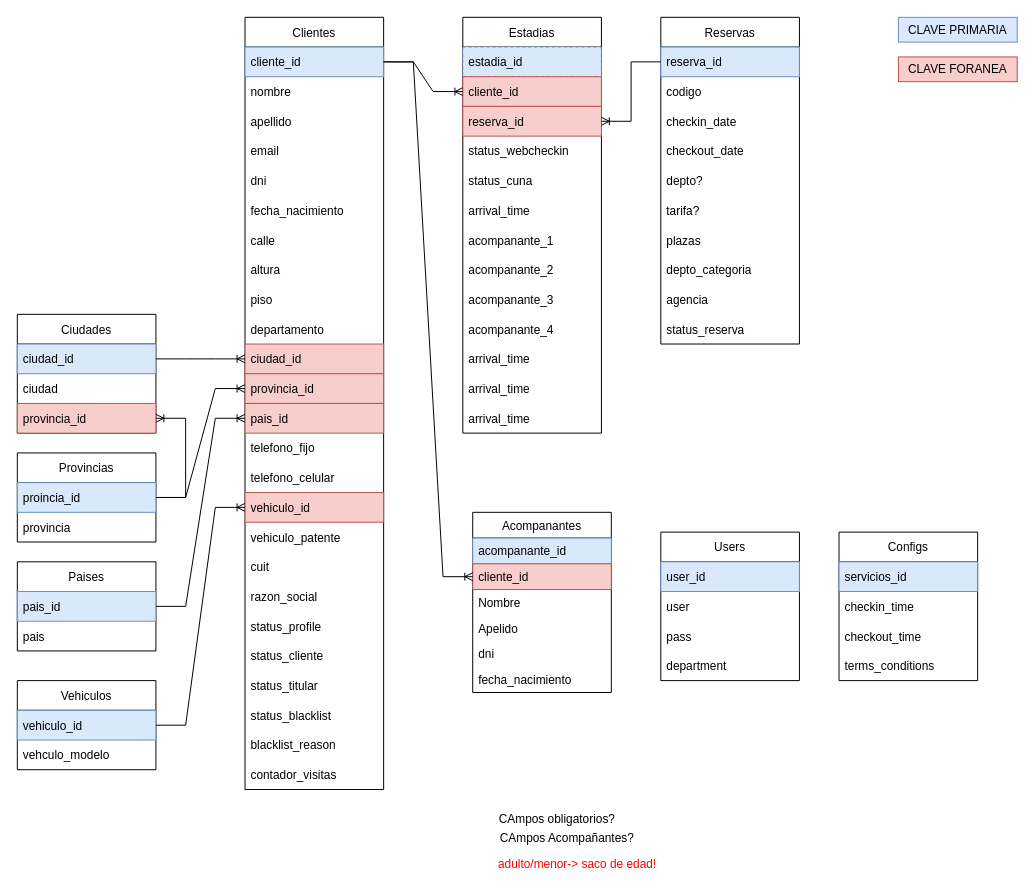
danielo101/db-diagrams keeps this draw.io diagram as page "DB" (1 of 4) of web-checkin/hotel-web-checkin.drawio. Above is the earlier version. Source tidied: cells renumbered, new cells numbered last; positions are measured from the earlier drawing's top-left corner, leaving out a move shared by most shapes. Both pictures are drawn from the tidied source at 99%, with x=0, y=0 at pixel (17, 17).
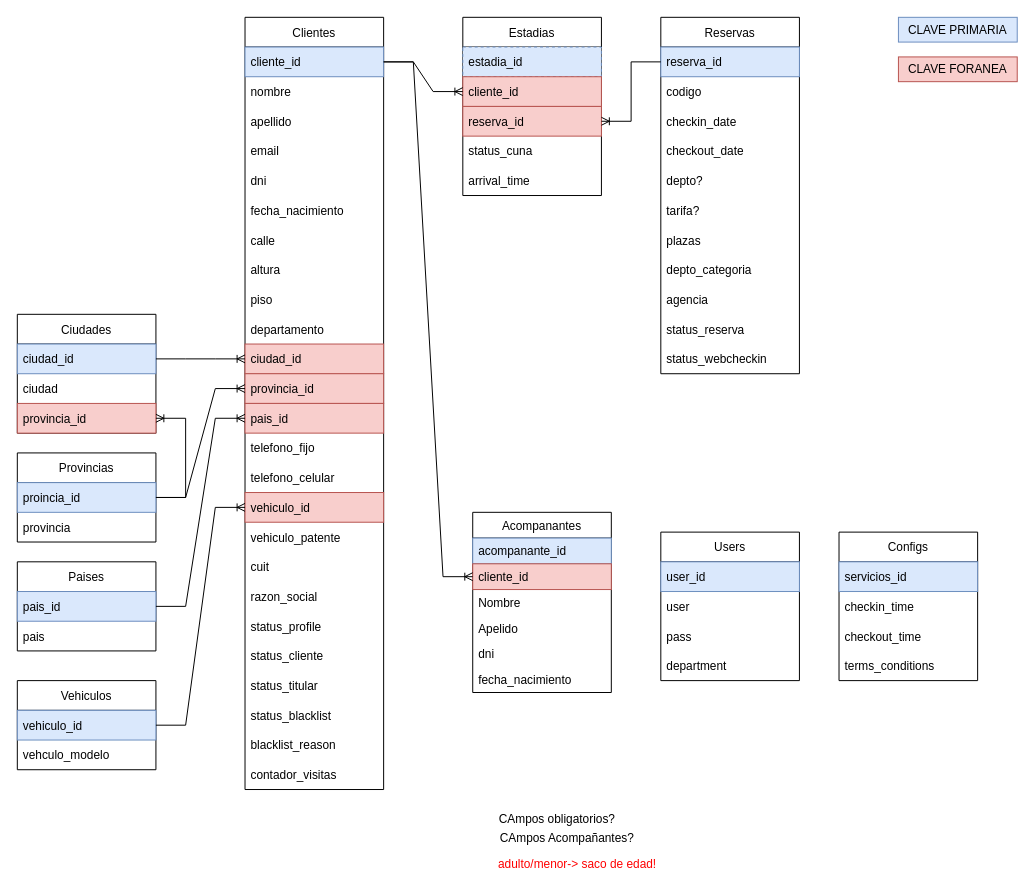
After the change.

What changed in the source:
```diff
@@
     <mxCell id="7" value="Reservas" style="swimlane;fontStyle=0;horizontal=1;startSize=30;" parent="1" vertex="1">
-      <mxGeometry x="650" width="140" height="330" as="geometry" />
+      <mxGeometry x="650" width="140" height="360" as="geometry" />
     </mxCell>
@@
+    <mxCell id="48" value="status_webcheckin" style="text;strokeColor=none;fillColor=none;align=left;verticalAlign=middle;spacingLeft=4;spacingRight=4;overflow=hidden;dashed=1;labelBorderColor=none;" parent="7" vertex="1">
+      <mxGeometry y="330" width="140" height="30" as="geometry" />
+    </mxCell>
@@
     <mxCell id="44" value="Estadias" style="swimlane;fontStyle=0;horizontal=1;startSize=30;" parent="1" vertex="1">
-      <mxGeometry x="450" width="140" height="420" as="geometry" />
+      <mxGeometry x="450" width="140" height="180" as="geometry" />
     </mxCell>
@@
-    <mxCell id="48" value="status_webcheckin" style="text;strokeColor=none;fillColor=none;align=left;verticalAlign=middle;spacingLeft=4;spacingRight=4;overflow=hidden;dashed=1;labelBorderColor=none;" parent="44" vertex="1">
-      <mxGeometry y="120" width="140" height="30" as="geometry" />
-    </mxCell>
     <mxCell id="49" value="status_cuna" style="text;strokeColor=none;fillColor=none;align=left;verticalAlign=middle;spacingLeft=4;spacingRight=4;overflow=hidden;dashed=1;labelBorderColor=none;" parent="44" vertex="1">
-      <mxGeometry y="150" width="140" height="30" as="geometry" />
+      <mxGeometry y="120" width="140" height="30" as="geometry" />
     </mxCell>
     <mxCell id="50" value="arrival_time" style="text;strokeColor=none;fillColor=none;align=left;verticalAlign=middle;spacingLeft=4;spacingRight=4;overflow=hidden;dashed=1;labelBorderColor=none;" parent="44" vertex="1">
-      <mxGeometry y="180" width="140" height="30" as="geometry" />
+      <mxGeometry y="150" width="140" height="30" as="geometry" />
     </mxCell>
-    <mxCell id="51" value="acompanante_1" style="text;strokeColor=none;fillColor=none;align=left;verticalAlign=middle;spacingLeft=4;spacingRight=4;overflow=hidden;dashed=1;labelBorderColor=none;" parent="44" vertex="1">
-      <mxGeometry y="210" width="140" height="30" as="geometry" />
-    </mxCell>
-    <mxCell id="52" value="acompanante_2" style="text;strokeColor=none;fillColor=none;align=left;verticalAlign=middle;spacingLeft=4;spacingRight=4;overflow=hidden;dashed=1;labelBorderColor=none;" parent="44" vertex="1">
-      <mxGeometry y="240" width="140" height="30" as="geometry" />
-    </mxCell>
-    <mxCell id="53" value="acompanante_3" style="text;strokeColor=none;fillColor=none;align=left;verticalAlign=middle;spacingLeft=4;spacingRight=4;overflow=hidden;dashed=1;labelBorderColor=none;" parent="44" vertex="1">
-      <mxGeometry y="270" width="140" height="30" as="geometry" />
-    </mxCell>
-    <mxCell id="54" value="acompanante_4" style="text;strokeColor=none;fillColor=none;align=left;verticalAlign=middle;spacingLeft=4;spacingRight=4;overflow=hidden;dashed=1;labelBorderColor=none;" parent="44" vertex="1">
-      <mxGeometry y="300" width="140" height="30" as="geometry" />
-    </mxCell>
-    <mxCell id="55" value="arrival_time" style="text;strokeColor=none;fillColor=none;align=left;verticalAlign=middle;spacingLeft=4;spacingRight=4;overflow=hidden;dashed=1;labelBorderColor=none;" parent="44" vertex="1">
-      <mxGeometry y="330" width="140" height="30" as="geometry" />
-    </mxCell>
-    <mxCell id="56" value="arrival_time" style="text;strokeColor=none;fillColor=none;align=left;verticalAlign=middle;spacingLeft=4;spacingRight=4;overflow=hidden;dashed=1;labelBorderColor=none;" parent="44" vertex="1">
-      <mxGeometry y="360" width="140" height="30" as="geometry" />
-    </mxCell>
-    <mxCell id="57" value="arrival_time" style="text;strokeColor=none;fillColor=none;align=left;verticalAlign=middle;spacingLeft=4;spacingRight=4;overflow=hidden;dashed=1;labelBorderColor=none;" parent="44" vertex="1">
-      <mxGeometry y="390" width="140" height="30" as="geometry" />
-    </mxCell>
```
